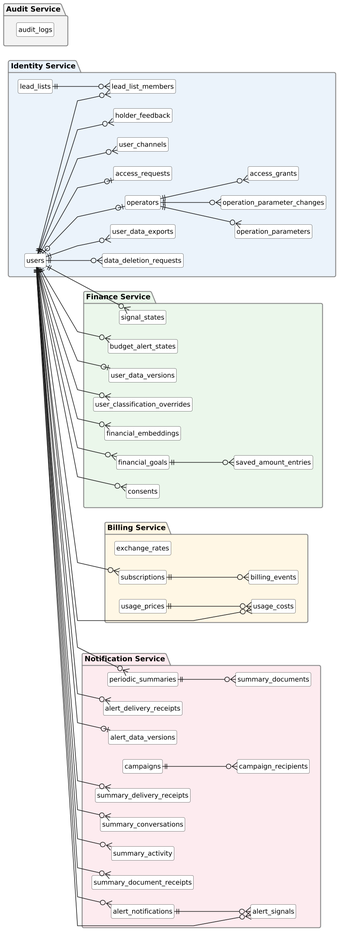
Above: images/der_postgres.png in eigam-corp/thesis (PlantUML), before the change. Its diagram source:
```plantuml
@startuml der_postgres
skinparam defaultFontName Arial
skinparam shadowing false
skinparam dpi 150
skinparam linetype polyline
skinparam nodesep 25
skinparam ranksep 45
hide circle
hide members
hide methods
left to right direction
skinparam class {
    BackgroundColor #FFFFFF
    BorderColor #555555
    FontSize 11
}
skinparam package {
    BorderColor #888888
    FontSize 12
}

package "Identity Service" #EAF2FB {
    entity users
    entity user_channels
    entity data_deletion_requests
    entity user_data_exports
    entity operators
    entity operation_parameters
    entity operation_parameter_changes
    entity access_grants
    entity access_requests
    entity lead_lists
    entity lead_list_members
    entity holder_feedback
}

package "Finance Service" #EAF7EA {
    entity consents
    entity financial_goals
    entity saved_amount_entries
    entity financial_embeddings
    entity user_classification_overrides
    entity user_data_versions
    entity budget_alert_states
    entity signal_states
}

package "Billing Service" #FFF6E5 {
    entity subscriptions
    entity billing_events
    entity usage_prices
    entity exchange_rates
    entity usage_costs
}

package "Notification Service" #FCEBEF {
    entity campaigns
    entity campaign_recipients
    entity periodic_summaries
    entity summary_documents
    entity summary_document_receipts
    entity summary_activity
    entity summary_conversations
    entity summary_delivery_receipts
    entity alert_signals
    entity alert_notifications
    entity alert_data_versions
    entity alert_delivery_receipts
}

package "Audit Service" #F2F2F2 {
    entity audit_logs
}

users ||--o{ user_channels
users ||--o{ data_deletion_requests
users ||--o{ user_data_exports
users |o--o| operators
operators ||--o{ operation_parameter_changes
operators ||--o{ operation_parameters
operators ||--o{ access_grants
users ||--o| access_requests
lead_lists ||--o{ lead_list_members
users ||--o{ lead_list_members
users ||--o{ holder_feedback

users ||--o{ consents
users ||--o{ financial_goals
financial_goals ||--o{ saved_amount_entries
users ||--o{ financial_embeddings
users ||--o{ user_classification_overrides
users ||--o{ periodic_summaries
periodic_summaries ||--o{ summary_documents
users ||--o{ summary_document_receipts
users ||--o| user_data_versions
users ||--o{ budget_alert_states
users ||--o{ signal_states

users ||--o{ subscriptions
subscriptions ||--o{ billing_events
users ||--o{ usage_costs
usage_prices ||--o{ usage_costs

campaigns ||--o{ campaign_recipients
users ||--o{ summary_activity
users ||--o{ summary_conversations
users ||--o{ summary_delivery_receipts
users ||--o{ alert_signals
alert_notifications ||--o{ alert_signals
users ||--o{ alert_notifications
users ||--o| alert_data_versions
users ||--o{ alert_delivery_receipts
@enduml
```
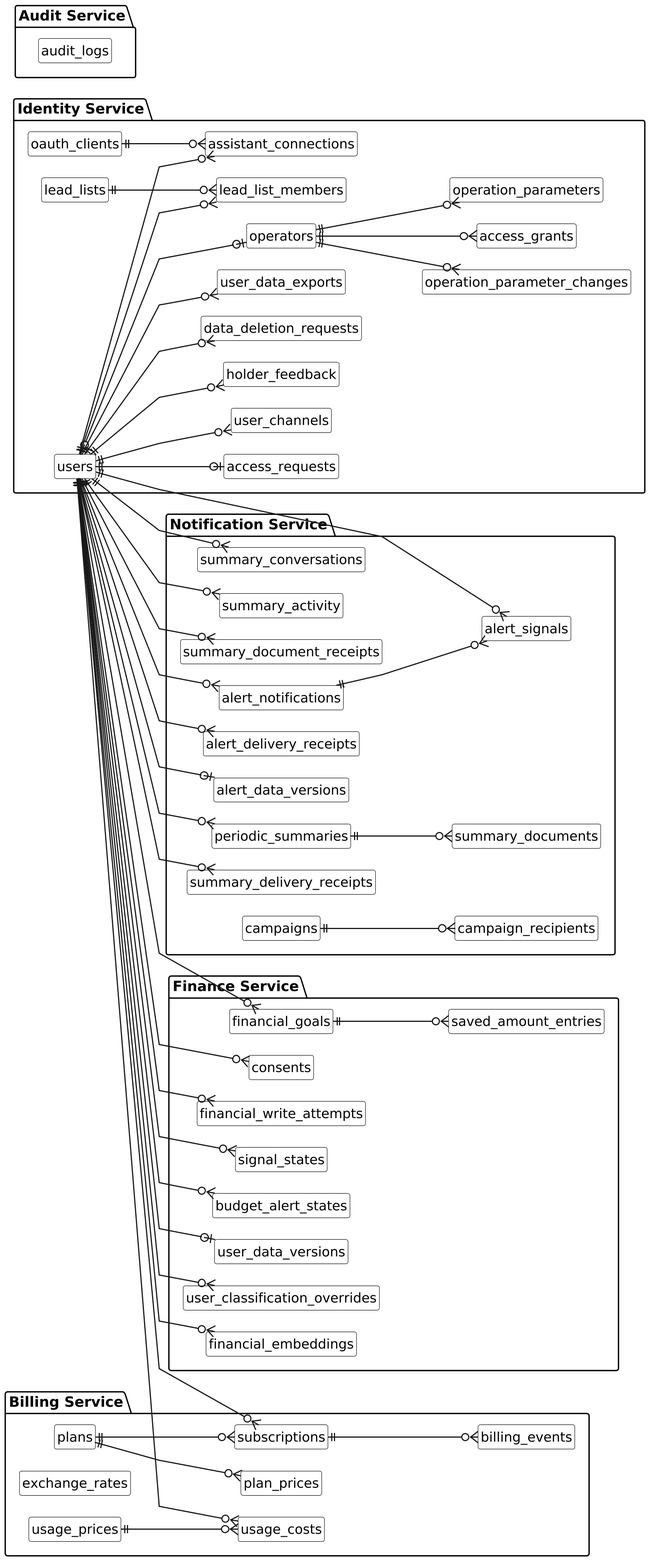
The same file after the commit.

Diff of the diagram source:
```diff
@@ -1,7 +1,10 @@
 @startuml der_postgres
-skinparam defaultFontName Arial
+skinparam defaultFontName "DejaVu Sans"
 skinparam shadowing false
-skinparam dpi 150
+skinparam monochrome true
+skinparam dpi 220
+skinparam defaultFontSize 15
+skinparam ArrowThickness 1.3
 skinparam linetype polyline
 skinparam nodesep 25
 skinparam ranksep 45
@@ -10,16 +13,16 @@
 hide methods
 left to right direction
 skinparam class {
-    BackgroundColor #FFFFFF
-    BorderColor #555555
-    FontSize 11
+    BackgroundColor White
+    BorderColor Black
+    FontSize 15
 }
 skinparam package {
-    BorderColor #888888
-    FontSize 12
+    BorderColor Black
+    FontSize 16
 }
 
-package "Identity Service" #EAF2FB {
+package "Identity Service" {
     entity users
     entity user_channels
     entity data_deletion_requests
@@ -32,9 +35,11 @@
     entity lead_lists
     entity lead_list_members
     entity holder_feedback
+    entity oauth_clients
+    entity assistant_connections
 }
 
-package "Finance Service" #EAF7EA {
+package "Finance Service" {
     entity consents
     entity financial_goals
     entity saved_amount_entries
@@ -43,17 +48,20 @@
     entity user_data_versions
     entity budget_alert_states
     entity signal_states
+    entity financial_write_attempts
 }
 
-package "Billing Service" #FFF6E5 {
+package "Billing Service" {
     entity subscriptions
     entity billing_events
     entity usage_prices
     entity exchange_rates
     entity usage_costs
+    entity plans
+    entity plan_prices
 }
 
-package "Notification Service" #FCEBEF {
+package "Notification Service" {
     entity campaigns
     entity campaign_recipients
     entity periodic_summaries
@@ -68,7 +76,7 @@
     entity alert_delivery_receipts
 }
 
-package "Audit Service" #F2F2F2 {
+package "Audit Service" {
     entity audit_logs
 }
 
@@ -83,6 +91,8 @@
 lead_lists ||--o{ lead_list_members
 users ||--o{ lead_list_members
 users ||--o{ holder_feedback
+users ||--o{ assistant_connections
+oauth_clients ||--o{ assistant_connections
 
 users ||--o{ consents
 users ||--o{ financial_goals
@@ -95,8 +105,11 @@
 users ||--o| user_data_versions
 users ||--o{ budget_alert_states
 users ||--o{ signal_states
+users ||--o{ financial_write_attempts
 
 users ||--o{ subscriptions
+plans ||--o{ subscriptions
+plans ||--o{ plan_prices
 subscriptions ||--o{ billing_events
 users ||--o{ usage_costs
 usage_prices ||--o{ usage_costs
```
